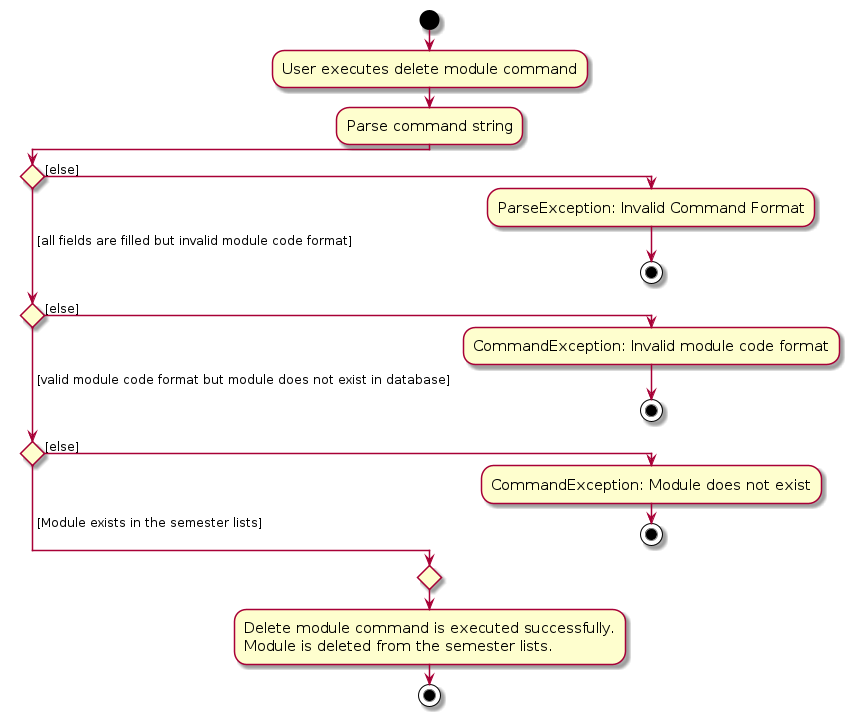
Before: diagrams/DeleteCommandActivityDiagram.png, a diagram exported from PlantUML (yyyaohhh/tp). Its source is kept beside it as diagrams/DeleteCommandActivityDiagram.puml. The source it was exported from:
```plantuml
@startuml
skin rose
skinparam ActivityFontSize 15
skinparam ArrowFontSize 12
!pragma useVerticalIf on
start
:User executes delete module command;
:Parse command string;

if () then ([else])
    :ParseException: Invalid Command Format;
    stop
( [all fields are filled but invalid module code format]) elseif () then ([else])
    :CommandException: Invalid module code format;
    stop
( [valid module code format but module does not exist in database]) elseif () then ([else])
    :CommandException: Module does not exist;
    stop
else ( [Module exists in the semester lists])

endif
:Delete module command is executed successfully.
Module is deleted from the semester lists.;

stop
@enduml
```
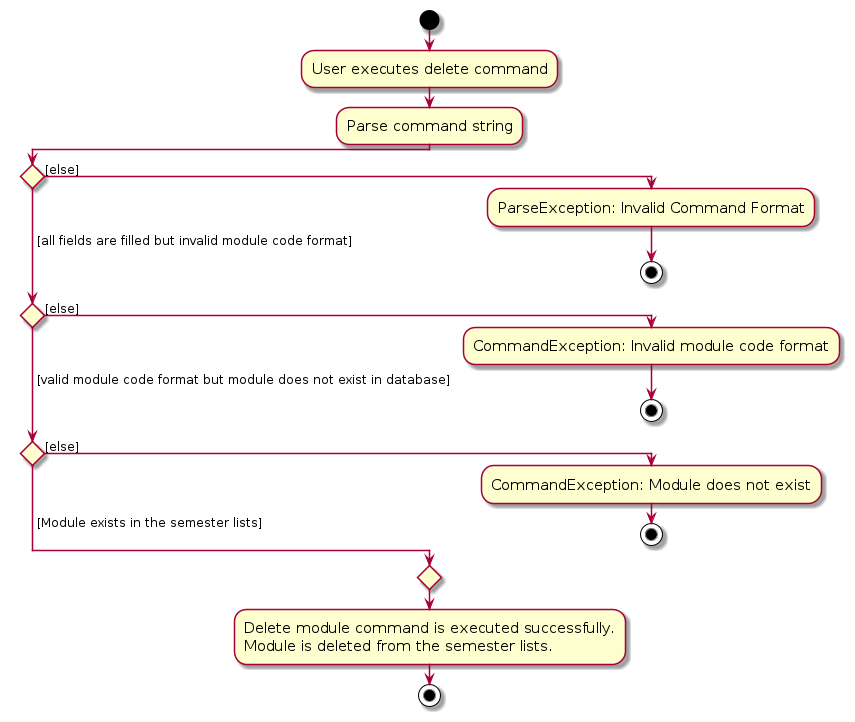
After the change.

Diff of the diagram source:
```diff
@@ -4,7 +4,7 @@
 skinparam ArrowFontSize 12
 !pragma useVerticalIf on
 start
-:User executes delete module command;
+:User executes delete command;
 :Parse command string;
 
 if () then ([else])
```
